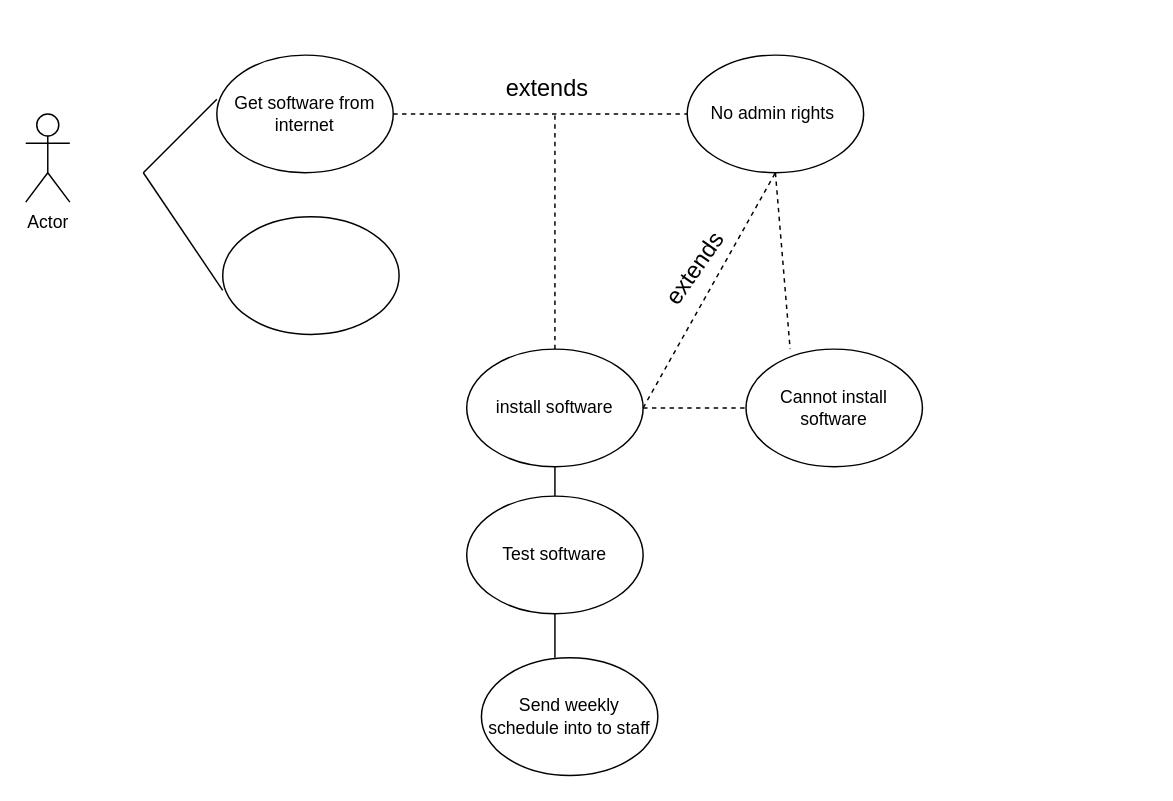
Remasasrs/about-me-ml keeps this draw.io diagram as lab2/Untitled Diagram.drawio. Above is the earlier version. Source tidied: cells renumbered, new cells numbered last; positions are measured from the earlier drawing's top-left corner, leaving out a move shared by most shapes. Both pictures are drawn from the tidied source at 147%, with x=0, y=0 at pixel (25, 35).
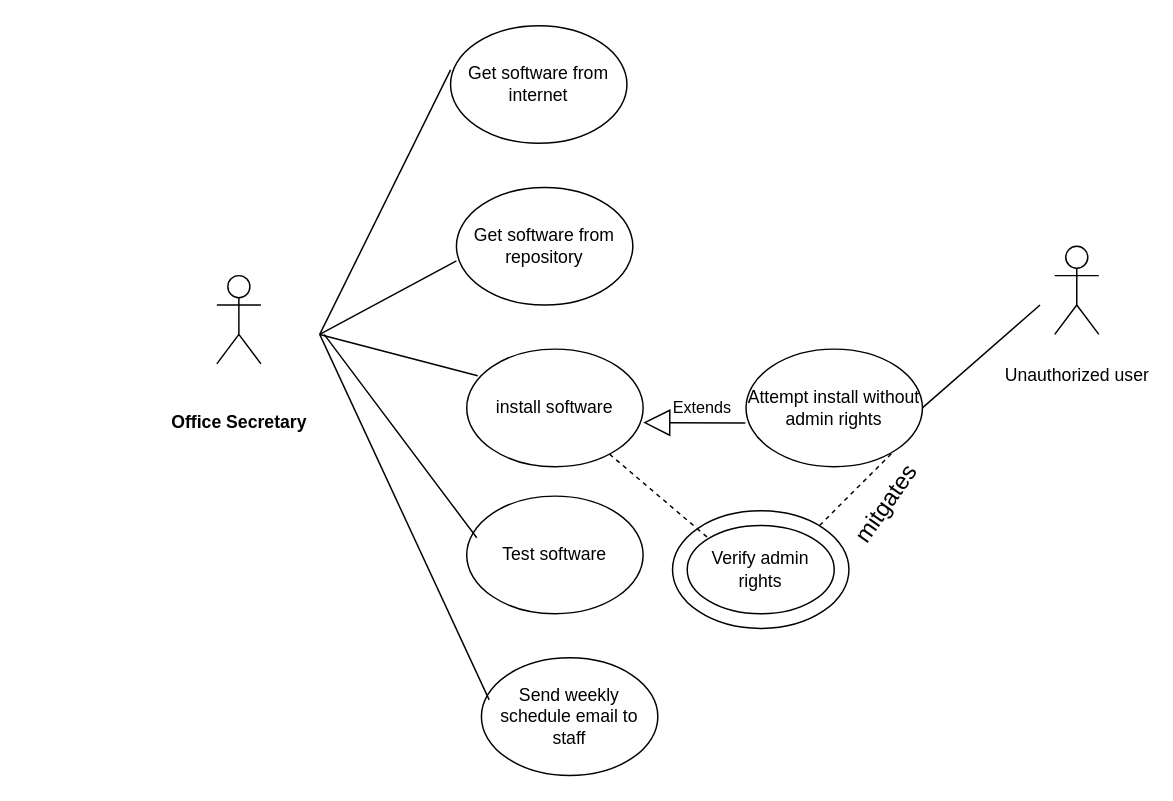
Above is the later version.

The change refers to these unchanged cells:
```xml
<mxCell id="5" value="install software" style="ellipse;whiteSpace=wrap;html=1;fillColor=light-dark(#FFFFFF,#FFFFFF);fontColor=light-dark(#000000,#000000);" parent="1" vertex="1">
  <mxGeometry x="300" y="213" width="120" height="80" as="geometry" />
</mxCell>
<mxCell id="6" value="Test software" style="ellipse;whiteSpace=wrap;html=1;fillColor=light-dark(#FFFFFF,#FFFFFF);fontColor=light-dark(#000000,#000000);" parent="1" vertex="1">
  <mxGeometry x="300" y="313" width="120" height="80" as="geometry" />
</mxCell>
```

The edit, as a diff of the source:
```diff
@@
     <mxCell id="2" value="Get software from internet" style="ellipse;whiteSpace=wrap;html=1;fillColor=light-dark(#FFFFFF,#FFFFFF);fontColor=light-dark(#000000,#000000);" parent="1" vertex="1">
-      <mxGeometry x="130" y="13" width="120" height="80" as="geometry" />
+      <mxGeometry x="289" y="-7" width="120" height="80" as="geometry" />
     </mxCell>
-    <mxCell id="3" style="ellipse;whiteSpace=wrap;html=1;fillColor=light-dark(#FFFFFF,#FFFFFF);" parent="1" vertex="1">
-      <mxGeometry x="134" y="123" width="120" height="80" as="geometry" />
+    <mxCell id="3" value="Get software from repository" style="ellipse;whiteSpace=wrap;html=1;fillColor=light-dark(#FFFFFF,#FFFFFF);fontColor=light-dark(#000000,#000000);" parent="1" vertex="1">
+      <mxGeometry x="293" y="103" width="120" height="80" as="geometry" />
     </mxCell>
-    <mxCell id="4" value="No admin rights&amp;nbsp;" style="ellipse;whiteSpace=wrap;html=1;fillColor=light-dark(#FFFFFF,#FFFFFF);fontColor=light-dark(#000000,#000000);" parent="1" vertex="1">
-      <mxGeometry x="450" y="13" width="120" height="80" as="geometry" />
-    </mxCell>
@@
-    <mxCell id="7" style="endArrow=none;dashed=1;html=1;rounded=0;exitX=1;exitY=0.5;exitDx=0;exitDy=0;entryX=0;entryY=0.5;entryDx=0;entryDy=0;" parent="1" edge="1" source="2" target="4">
-      <mxGeometry relative="1" as="geometry" />
-    </mxCell>
-    <mxCell id="8" style="endArrow=none;dashed=1;html=1;rounded=0;exitX=0.5;exitY=0;exitDx=0;exitDy=0;" parent="1" edge="1" source="5">
-      <mxGeometry relative="1" as="geometry">
-        <mxPoint x="360" y="53" as="targetPoint" />
-      </mxGeometry>
-    </mxCell>
-    <mxCell id="9" style="endArrow=none;dashed=1;html=1;rounded=0;exitX=1;exitY=0.5;exitDx=0;exitDy=0;entryX=0.5;entryY=1;entryDx=0;entryDy=0;" parent="1" edge="1" source="5" target="4">
-      <mxGeometry relative="1" as="geometry" />
-    </mxCell>
-    <mxCell id="10" style="endArrow=none;html=1;rounded=0;exitX=0.5;exitY=1;exitDx=0;exitDy=0;entryX=0.5;entryY=0;entryDx=0;entryDy=0;" parent="1" edge="1" source="5" target="6">
-      <mxGeometry relative="1" as="geometry" />
-    </mxCell>
-    <mxCell id="11" style="endArrow=none;html=1;rounded=0;exitX=0.5;exitY=1;exitDx=0;exitDy=0;" parent="1" edge="1" source="6">
-      <mxGeometry relative="1" as="geometry">
-        <mxPoint x="360" y="423" as="targetPoint" />
-      </mxGeometry>
-    </mxCell>
     <mxCell id="12" style="endArrow=none;html=1;rounded=0;" parent="1" edge="1">
       <mxGeometry relative="1" as="geometry">
-        <mxPoint x="80" y="93" as="sourcePoint" />
-        <mxPoint x="130" y="43" as="targetPoint" />
+        <mxPoint x="200" y="203" as="sourcePoint" />
+        <mxPoint x="289" y="23" as="targetPoint" />
       </mxGeometry>
     </mxCell>
     <mxCell id="13" style="endArrow=none;html=1;rounded=0;" parent="1" edge="1">
       <mxGeometry relative="1" as="geometry">
-        <mxPoint x="80" y="93" as="sourcePoint" />
-        <mxPoint x="134" y="173" as="targetPoint" />
+        <mxPoint x="200" y="203" as="sourcePoint" />
+        <mxPoint x="293" y="153" as="targetPoint" />
       </mxGeometry>
     </mxCell>
-    <mxCell id="14" value="Actor" style="shape=umlActor;verticalLabelPosition=bottom;verticalAlign=top;html=1;" parent="1" vertex="1">
-      <mxGeometry y="53" width="30" height="60" as="geometry" />
+    <mxCell id="14" value="&#10;&lt;p&gt;&lt;strong&gt;&lt;span class=&quot;BZ_Pyq_fadeIn&quot;&gt;Office &lt;/span&gt;&lt;span class=&quot;BZ_Pyq_fadeIn&quot;&gt;Secretary&lt;/span&gt;&lt;/strong&gt;&lt;/p&gt;&#10;&lt;p&gt;&lt;/p&gt;&#10;&#10;" style="shape=umlActor;verticalLabelPosition=bottom;verticalAlign=top;html=1;" parent="1" vertex="1">
+      <mxGeometry x="130" y="163" width="30" height="60" as="geometry" />
     </mxCell>
-    <mxCell id="15" style="endArrow=none;dashed=1;html=1;rounded=0;exitX=0.5;exitY=1;exitDx=0;exitDy=0;" parent="1" edge="1" source="4">
-      <mxGeometry relative="1" as="geometry">
-        <mxPoint x="520" y="213" as="targetPoint" />
-      </mxGeometry>
-    </mxCell>
-    <mxCell id="16" style="endArrow=none;dashed=1;html=1;rounded=0;exitX=1;exitY=0.5;exitDx=0;exitDy=0;" parent="1" edge="1" source="5" target="17">
-      <mxGeometry relative="1" as="geometry" />
-    </mxCell>
-    <mxCell id="17" value="Cannot install software" style="ellipse;whiteSpace=wrap;html=1;fillColor=default;" parent="1" vertex="1">
+    <mxCell id="17" value="&lt;span class=&quot;BZ_Pyq_fadeIn&quot;&gt;Attempt &lt;/span&gt;&lt;span class=&quot;BZ_Pyq_fadeIn&quot;&gt;install &lt;/span&gt;&lt;span class=&quot;BZ_Pyq_fadeIn&quot;&gt;without &lt;/span&gt;&lt;span class=&quot;BZ_Pyq_fadeIn&quot;&gt;admin &lt;/span&gt;&lt;span class=&quot;BZ_Pyq_fadeIn&quot;&gt;rights&lt;/span&gt;" style="ellipse;whiteSpace=wrap;html=1;fillColor=default;fillStyle=solid;" parent="1" vertex="1">
       <mxGeometry x="490" y="213" width="120" height="80" as="geometry" />
     </mxCell>
-    <mxCell id="18" value="extends" style="text;html=1;whiteSpace=wrap;strokeColor=none;fillColor=none;align=center;verticalAlign=middle;rounded=0;strokeWidth=13;fontSize=16;" parent="1" vertex="1">
-      <mxGeometry x="290" width="130" height="70" as="geometry" />
-    </mxCell>
-    <mxCell id="19" value="extends" style="text;html=1;whiteSpace=wrap;strokeColor=none;fillColor=none;align=center;verticalAlign=middle;rounded=0;strokeWidth=13;fontSize=16;rotation=-55;" parent="1" vertex="1">
-      <mxGeometry x="390" y="123" width="130" height="70" as="geometry" />
-    </mxCell>
-    <mxCell id="20" value="Send weekly schedule into to staff" style="ellipse;whiteSpace=wrap;html=1;fillColor=light-dark(#FFFFFF,#FFFFFF);fontColor=light-dark(#000000,#000000);" parent="1" vertex="1">
+    <mxCell id="20" value="Send weekly schedule email to staff" style="ellipse;whiteSpace=wrap;html=1;fillColor=light-dark(#FFFFFF,#FFFFFF);fontColor=light-dark(#000000,#000000);" parent="1" vertex="1">
       <mxGeometry x="310" y="423" width="120" height="80" as="geometry" />
     </mxCell>
+    <mxCell id="21" value="&#10;&lt;span class=&quot;BZ_Pyq_fadeIn&quot;&gt;Unauthorized &lt;/span&gt;&lt;span class=&quot;BZ_Pyq_fadeIn&quot;&gt;user&lt;/span&gt;&#10;&#10;" style="shape=umlActor;verticalLabelPosition=bottom;verticalAlign=top;html=1;" parent="1" vertex="1">
+      <mxGeometry x="700" y="143" width="30" height="60" as="geometry" />
+    </mxCell>
+    <mxCell id="22" style="endArrow=none;html=1;rounded=0;entryX=1;entryY=0.5;entryDx=0;entryDy=0;" parent="1" edge="1" target="17">
+      <mxGeometry relative="1" as="geometry">
+        <mxPoint x="690" y="183" as="sourcePoint" />
+      </mxGeometry>
+    </mxCell>
+    <mxCell id="23" style="ellipse;whiteSpace=wrap;html=1;fillColor=light-dark(#FFFFFF,#FFFFFF);fontColor=light-dark(#000000,#000000);strokeColor=light-dark(#000000,#000000);" parent="1" vertex="1">
+      <mxGeometry x="440" y="323" width="120" height="80" as="geometry" />
+    </mxCell>
+    <mxCell id="24" value="&lt;span class=&quot;BZ_Pyq_fadeIn&quot;&gt;Verify &lt;/span&gt;&lt;span class=&quot;BZ_Pyq_fadeIn&quot;&gt;admin &lt;/span&gt;&lt;span class=&quot;BZ_Pyq_fadeIn&quot;&gt;rights&lt;/span&gt;" style="ellipse;whiteSpace=wrap;html=1;fillColor=light-dark(#FFFFFF,#FFFFFF);fontColor=light-dark(#000000,#000000);strokeColor=light-dark(#000000,#000000);" parent="1" vertex="1">
+      <mxGeometry x="450" y="333" width="100" height="60" as="geometry" />
+    </mxCell>
+    <mxCell id="25" style="endArrow=none;dashed=1;html=1;rounded=0;" parent="1" edge="1">
+      <mxGeometry relative="1" as="geometry">
+        <mxPoint x="540" y="333" as="sourcePoint" />
+        <mxPoint x="590" y="283" as="targetPoint" />
+      </mxGeometry>
+    </mxCell>
+    <mxCell id="26" value="mitgates" style="text;html=1;whiteSpace=wrap;strokeColor=none;fillColor=none;align=center;verticalAlign=middle;rounded=0;strokeWidth=13;fontSize=16;rotation=-55;" parent="1" vertex="1">
+      <mxGeometry x="520" y="283" width="130" height="70" as="geometry" />
+    </mxCell>
+    <mxCell id="27" style="endArrow=none;dashed=1;html=1;rounded=0;entryX=0;entryY=0;entryDx=0;entryDy=0;" parent="1" edge="1" source="5" target="24">
+      <mxGeometry relative="1" as="geometry" />
+    </mxCell>
+    <mxCell id="28" style="endArrow=none;html=1;rounded=0;entryX=0.062;entryY=0.226;entryDx=0;entryDy=0;entryPerimeter=0;" parent="1" edge="1" target="5">
+      <mxGeometry relative="1" as="geometry">
+        <mxPoint x="200" y="203" as="sourcePoint" />
+      </mxGeometry>
+    </mxCell>
+    <mxCell id="29" style="endArrow=none;html=1;rounded=0;entryX=0.057;entryY=0.354;entryDx=0;entryDy=0;entryPerimeter=0;" parent="1" edge="1" target="6">
+      <mxGeometry relative="1" as="geometry">
+        <mxPoint x="203" y="203" as="sourcePoint" />
+      </mxGeometry>
+    </mxCell>
+    <mxCell id="30" style="endArrow=none;html=1;rounded=0;entryX=0.044;entryY=0.358;entryDx=0;entryDy=0;entryPerimeter=0;" parent="1" edge="1" target="20">
+      <mxGeometry relative="1" as="geometry">
+        <mxPoint x="200" y="203" as="sourcePoint" />
+      </mxGeometry>
+    </mxCell>
+    <mxCell id="31" value="Extends" style="endArrow=block;endSize=16;endFill=0;html=1;rounded=0;exitX=-0.004;exitY=0.628;exitDx=0;exitDy=0;exitPerimeter=0;" parent="1" edge="1" source="17">
+      <mxGeometry x="-0.15" y="-10" relative="1" as="geometry">
+        <mxPoint x="420" y="263" as="targetPoint" />
+      </mxGeometry>
+    </mxCell>
```
